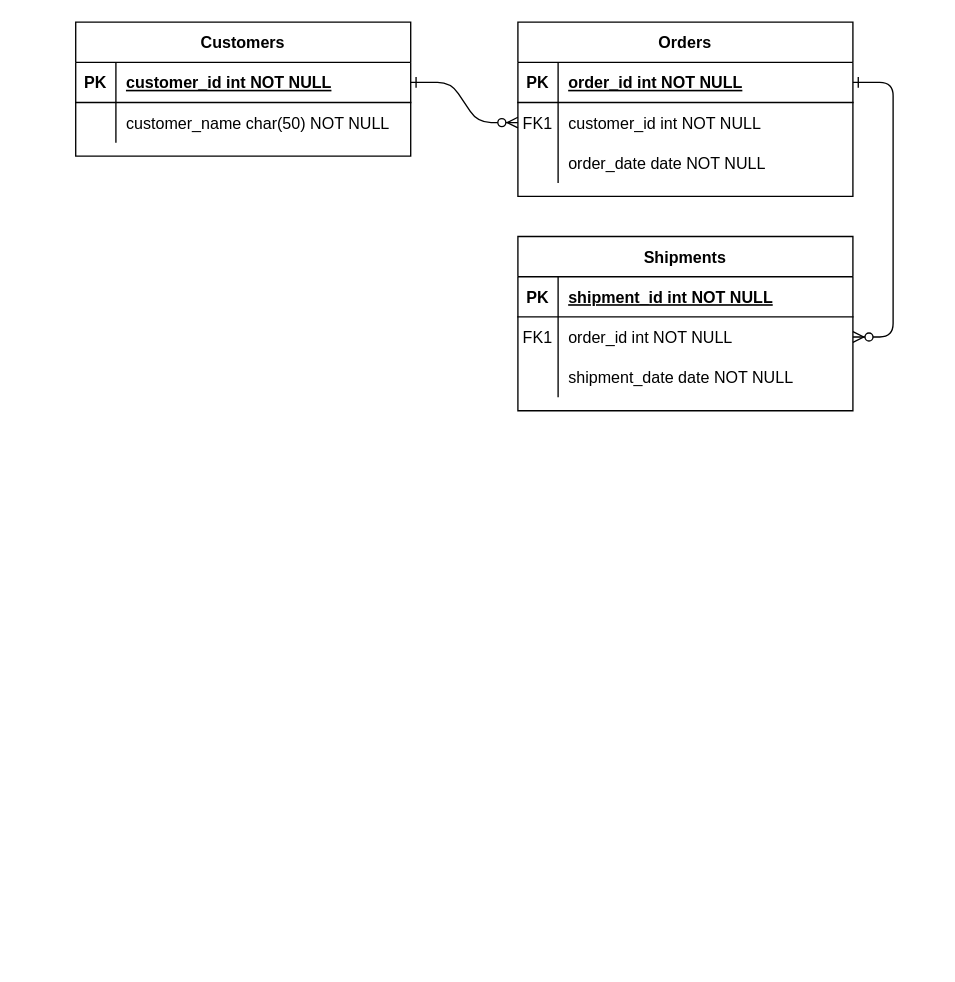
Before: Untitled Diagram.drawio in masonlai/Multimedia_FlashCards, a draw.io diagram. Source tidied: cells renumbered, new cells numbered last; positions are measured from the earlier drawing's top-left corner, leaving out a move shared by most shapes. Both pictures are drawn from the tidied source at 134%, with x=0, y=0 at pixel (75, 21).
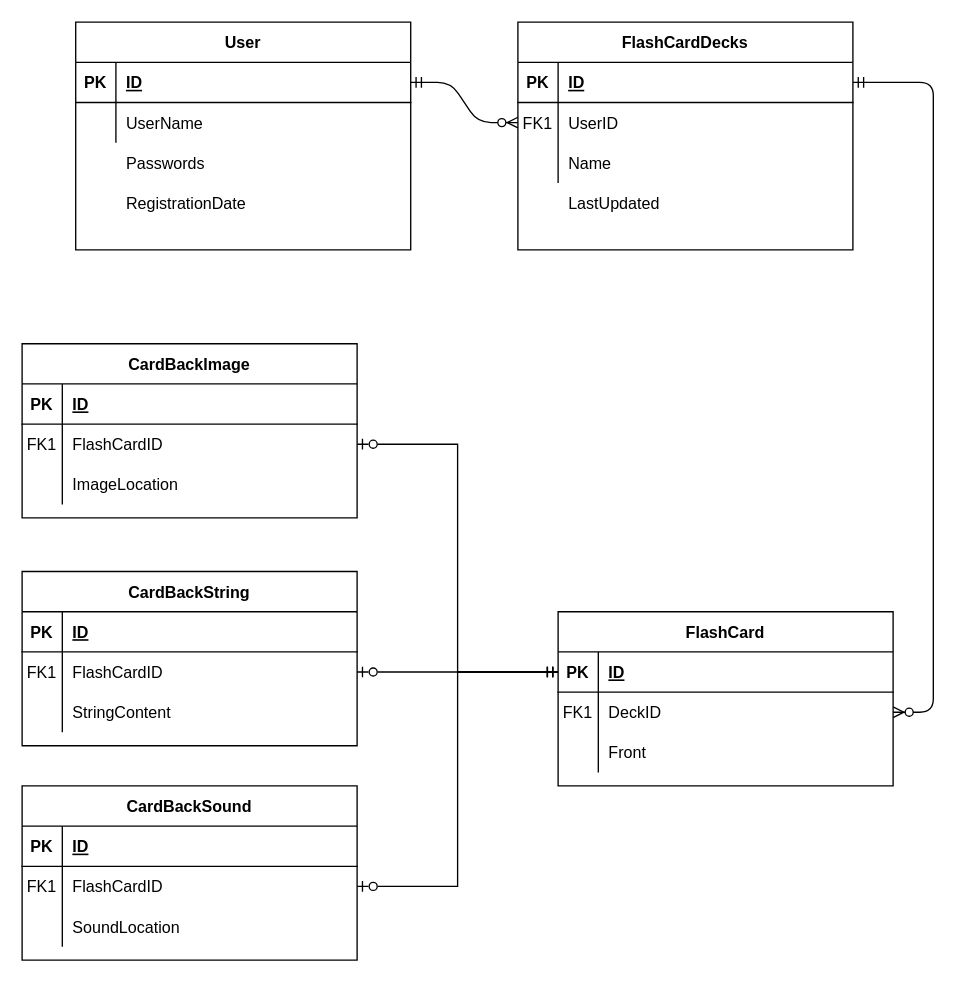
The same diagram, later.

The change refers to these unchanged cells:
```xml
<mxCell id="5" style="shape=partialRectangle;fillColor=none;points=[[0,0.5],[1,0.5]];portConstraint=eastwest;top=0;left=0;right=0;bottom=1;" parent="4" vertex="1">
  <mxGeometry y="30" width="250" height="30" as="geometry" />
</mxCell>
<mxCell id="8" style="shape=partialRectangle;fillColor=none;points=[[0,0.5],[1,0.5]];portConstraint=eastwest;top=0;left=0;right=0;bottom=0;" parent="4" vertex="1">
  <mxGeometry y="60" width="250" height="30" as="geometry" />
</mxCell>
<mxCell id="11" style="shape=partialRectangle;fillColor=none;top=0;left=0;right=0;bottom=0;" parent="4" vertex="1">
  <mxGeometry y="90" width="250" height="30" as="geometry" />
</mxCell>
<mxCell id="15" style="shape=partialRectangle;fillColor=none;points=[[0,0.5],[1,0.5]];portConstraint=eastwest;top=0;left=0;right=0;bottom=1;" parent="14" vertex="1">
  <mxGeometry y="30" width="250" height="30" as="geometry" />
</mxCell>
<mxCell id="18" style="shape=partialRectangle;fillColor=none;points=[[0,0.5],[1,0.5]];portConstraint=eastwest;top=0;left=0;right=0;bottom=0;" parent="14" vertex="1">
  <mxGeometry y="60" width="250" height="30" as="geometry" />
</mxCell>
<mxCell id="21" style="shape=partialRectangle;fillColor=none;top=0;left=0;right=0;bottom=0;" parent="14" vertex="1">
  <mxGeometry y="90" width="250" height="30" as="geometry" />
</mxCell>
<mxCell id="25" style="shape=partialRectangle;fillColor=none;points=[[0,0.5],[1,0.5]];portConstraint=eastwest;top=0;left=0;right=0;bottom=1;" parent="24" vertex="1">
  <mxGeometry y="30" width="250" height="30" as="geometry" />
</mxCell>
<mxCell id="28" style="shape=partialRectangle;fillColor=none;top=0;left=0;right=0;bottom=0;" parent="24" vertex="1">
  <mxGeometry y="60" width="250" height="30" as="geometry" />
</mxCell>
```

Change to the diagram source:
```diff
@@
-    <mxCell id="2" style="edgeStyle=entityRelationEdgeStyle;endArrow=ERzeroToMany;startArrow=ERone;endFill=1;startFill=0;" parent="1" edge="1" source="25" target="8">
+    <mxCell id="2" style="edgeStyle=entityRelationEdgeStyle;endArrow=ERzeroToMany;startArrow=ERmandOne;endFill=1;startFill=0;" parent="1" edge="1" source="25" target="8">
       <mxGeometry relative="1" as="geometry" />
     </mxCell>
-    <mxCell id="3" style="edgeStyle=entityRelationEdgeStyle;endArrow=ERzeroToMany;startArrow=ERone;endFill=1;startFill=0;" parent="1" edge="1" source="5" target="18">
+    <mxCell id="3" style="edgeStyle=entityRelationEdgeStyle;endArrow=ERzeroToMany;startArrow=ERmandOne;endFill=1;startFill=0;" parent="1" edge="1" source="5" target="18">
       <mxGeometry relative="1" as="geometry" />
     </mxCell>
-    <mxCell id="4" value="Orders" style="shape=table;startSize=30;childLayout=tableLayout;rowLines=0;fontStyle=1;align=center;" parent="1" vertex="1">
-      <mxGeometry x="330" width="250" height="130" as="geometry" />
+    <mxCell id="4" value="FlashCardDecks" style="shape=table;startSize=30;childLayout=tableLayout;rowLines=0;fontStyle=1;align=center;" parent="1" vertex="1">
+      <mxGeometry x="330" width="250" height="170" as="geometry" />
     </mxCell>
@@
-    <mxCell id="7" value="order_id int NOT NULL " style="shape=partialRectangle;overflow=hidden;fillColor=none;top=0;left=0;bottom=0;right=0;align=left;spacingLeft=6;fontStyle=5;" parent="5" vertex="1">
+    <mxCell id="7" value="ID" style="shape=partialRectangle;overflow=hidden;fillColor=none;top=0;left=0;bottom=0;right=0;align=left;spacingLeft=6;fontStyle=5;" parent="5" vertex="1">
       <mxGeometry x="30" width="220" height="30" as="geometry" />
     </mxCell>
@@
-    <mxCell id="10" value="customer_id int NOT NULL" style="shape=partialRectangle;overflow=hidden;fillColor=none;top=0;left=0;bottom=0;right=0;align=left;spacingLeft=6;" parent="8" vertex="1">
+    <mxCell id="10" value="UserID" style="shape=partialRectangle;overflow=hidden;fillColor=none;top=0;left=0;bottom=0;right=0;align=left;spacingLeft=6;" parent="8" vertex="1">
       <mxGeometry x="30" width="220" height="30" as="geometry" />
     </mxCell>
@@
-    <mxCell id="13" value="order_date date NOT NULL" style="shape=partialRectangle;overflow=hidden;fillColor=none;top=0;left=0;bottom=0;right=0;align=left;spacingLeft=6;" parent="11" vertex="1">
+    <mxCell id="13" value="Name" style="shape=partialRectangle;overflow=hidden;fillColor=none;top=0;left=0;bottom=0;right=0;align=left;spacingLeft=6;" parent="11" vertex="1">
       <mxGeometry x="30" width="220" height="30" as="geometry" />
     </mxCell>
-    <mxCell id="14" value="Shipments" style="shape=table;startSize=30;childLayout=tableLayout;rowLines=0;fontStyle=1;align=center;" parent="1" vertex="1">
-      <mxGeometry x="330" y="160" width="250" height="130" as="geometry" />
+    <mxCell id="14" value="FlashCard" style="shape=table;startSize=30;childLayout=tableLayout;rowLines=0;fontStyle=1;align=center;" parent="1" vertex="1">
+      <mxGeometry x="360" y="440" width="250" height="130" as="geometry" />
     </mxCell>
@@
-    <mxCell id="17" value="shipment_id int NOT NULL " style="shape=partialRectangle;overflow=hidden;fillColor=none;top=0;left=0;bottom=0;right=0;align=left;spacingLeft=6;fontStyle=5;" parent="15" vertex="1">
+    <mxCell id="17" value="ID" style="shape=partialRectangle;overflow=hidden;fillColor=none;top=0;left=0;bottom=0;right=0;align=left;spacingLeft=6;fontStyle=5;" parent="15" vertex="1">
       <mxGeometry x="30" width="220" height="30" as="geometry" />
     </mxCell>
@@
-    <mxCell id="20" value="order_id int NOT NULL" style="shape=partialRectangle;overflow=hidden;fillColor=none;top=0;left=0;bottom=0;right=0;align=left;spacingLeft=6;" parent="18" vertex="1">
+    <mxCell id="20" value="DeckID" style="shape=partialRectangle;overflow=hidden;fillColor=none;top=0;left=0;bottom=0;right=0;align=left;spacingLeft=6;" parent="18" vertex="1">
       <mxGeometry x="30" width="220" height="30" as="geometry" />
     </mxCell>
@@
-    <mxCell id="23" value="shipment_date date NOT NULL" style="shape=partialRectangle;overflow=hidden;fillColor=none;top=0;left=0;bottom=0;right=0;align=left;spacingLeft=6;" parent="21" vertex="1">
+    <mxCell id="23" value="Front" style="shape=partialRectangle;overflow=hidden;fillColor=none;top=0;left=0;bottom=0;right=0;align=left;spacingLeft=6;" parent="21" vertex="1">
       <mxGeometry x="30" width="220" height="30" as="geometry" />
     </mxCell>
-    <mxCell id="24" value="Customers" style="shape=table;startSize=30;childLayout=tableLayout;rowLines=0;fontStyle=1;align=center;" parent="1" vertex="1">
-      <mxGeometry width="250" height="100" as="geometry" />
+    <mxCell id="24" value="User" style="shape=table;startSize=30;childLayout=tableLayout;rowLines=0;fontStyle=1;align=center;" parent="1" vertex="1">
+      <mxGeometry width="250" height="170" as="geometry" />
     </mxCell>
@@
-    <mxCell id="27" value="customer_id int NOT NULL " style="shape=partialRectangle;overflow=hidden;fillColor=none;top=0;left=0;bottom=0;right=0;align=left;spacingLeft=6;fontStyle=5;" parent="25" vertex="1">
+    <mxCell id="27" value="ID" style="shape=partialRectangle;overflow=hidden;fillColor=none;top=0;left=0;bottom=0;right=0;align=left;spacingLeft=6;fontStyle=5;" parent="25" vertex="1">
       <mxGeometry x="30" width="220" height="30" as="geometry" />
     </mxCell>
@@
-    <mxCell id="30" value="customer_name char(50) NOT NULL" style="shape=partialRectangle;overflow=hidden;fillColor=none;top=0;left=0;bottom=0;right=0;align=left;spacingLeft=6;" parent="28" vertex="1">
+    <mxCell id="30" value="UserName" style="shape=partialRectangle;overflow=hidden;fillColor=none;top=0;left=0;bottom=0;right=0;align=left;spacingLeft=6;" parent="28" vertex="1">
       <mxGeometry x="30" width="220" height="30" as="geometry" />
     </mxCell>
+    <mxCell id="31" value="Passwords" style="shape=partialRectangle;overflow=hidden;fillColor=none;top=0;left=0;bottom=0;right=0;align=left;spacingLeft=6;" parent="1" vertex="1">
+      <mxGeometry x="30" y="90" width="220" height="30" as="geometry" />
+    </mxCell>
+    <mxCell id="32" value="RegistrationDate " style="shape=partialRectangle;overflow=hidden;fillColor=none;top=0;left=0;bottom=0;right=0;align=left;spacingLeft=6;" parent="1" vertex="1">
+      <mxGeometry x="30" y="120" width="220" height="30" as="geometry" />
+    </mxCell>
+    <mxCell id="33" value="LastUpdated" style="shape=partialRectangle;overflow=hidden;fillColor=none;top=0;left=0;bottom=0;right=0;align=left;spacingLeft=6;" parent="1" vertex="1">
+      <mxGeometry x="360" y="120" width="220" height="30" as="geometry" />
+    </mxCell>
+    <mxCell id="34" value="CardBackImage" style="shape=table;startSize=30;childLayout=tableLayout;rowLines=0;fontStyle=1;align=center;" parent="1" vertex="1">
+      <mxGeometry x="-40" y="240" width="250" height="130" as="geometry" />
+    </mxCell>
+    <mxCell id="35" style="shape=partialRectangle;fillColor=none;top=0;left=0;right=0;bottom=1;" parent="34" vertex="1">
+      <mxGeometry y="30" width="250" height="30" as="geometry" />
+    </mxCell>
+    <mxCell id="36" value="PK" style="shape=partialRectangle;overflow=hidden;fillColor=none;top=0;left=0;bottom=0;right=0;fontStyle=1;" parent="35" vertex="1">
+      <mxGeometry width="30" height="30" as="geometry" />
+    </mxCell>
+    <mxCell id="37" value="ID" style="shape=partialRectangle;overflow=hidden;fillColor=none;top=0;left=0;bottom=0;right=0;align=left;spacingLeft=6;fontStyle=5;" parent="35" vertex="1">
+      <mxGeometry x="30" width="220" height="30" as="geometry" />
+    </mxCell>
+    <mxCell id="38" style="shape=partialRectangle;fillColor=none;points=[[0,0.5],[1,0.5]];portConstraint=eastwest;top=0;left=0;right=0;bottom=0;" parent="34" vertex="1">
+      <mxGeometry y="60" width="250" height="30" as="geometry" />
+    </mxCell>
+    <mxCell id="39" value="FK1" style="shape=partialRectangle;overflow=hidden;fillColor=none;top=0;left=0;bottom=0;right=0;" parent="38" vertex="1">
+      <mxGeometry width="30" height="30" as="geometry" />
+    </mxCell>
+    <mxCell id="40" value="FlashCardID" style="shape=partialRectangle;overflow=hidden;fillColor=none;top=0;left=0;bottom=0;right=0;align=left;spacingLeft=6;" parent="38" vertex="1">
+      <mxGeometry x="30" width="220" height="30" as="geometry" />
+    </mxCell>
+    <mxCell id="41" style="shape=partialRectangle;fillColor=none;top=0;left=0;right=0;bottom=0;" parent="34" vertex="1">
+      <mxGeometry y="90" width="250" height="30" as="geometry" />
+    </mxCell>
+    <mxCell id="42" style="shape=partialRectangle;overflow=hidden;fillColor=none;top=0;left=0;bottom=0;right=0;" parent="41" vertex="1">
+      <mxGeometry width="30" height="30" as="geometry" />
+    </mxCell>
+    <mxCell id="43" value="ImageLocation" style="shape=partialRectangle;overflow=hidden;fillColor=none;top=0;left=0;bottom=0;right=0;align=left;spacingLeft=6;" parent="41" vertex="1">
+      <mxGeometry x="30" width="220" height="30" as="geometry" />
+    </mxCell>
+    <mxCell id="44" value="CardBackString" style="shape=table;startSize=30;childLayout=tableLayout;rowLines=0;fontStyle=1;align=center;" parent="1" vertex="1">
+      <mxGeometry x="-40" y="410" width="250" height="130" as="geometry" />
+    </mxCell>
+    <mxCell id="45" style="shape=partialRectangle;fillColor=none;top=0;left=0;right=0;bottom=1;" parent="44" vertex="1">
+      <mxGeometry y="30" width="250" height="30" as="geometry" />
+    </mxCell>
+    <mxCell id="46" value="PK" style="shape=partialRectangle;overflow=hidden;fillColor=none;top=0;left=0;bottom=0;right=0;fontStyle=1;" parent="45" vertex="1">
+      <mxGeometry width="30" height="30" as="geometry" />
+    </mxCell>
+    <mxCell id="47" value="ID" style="shape=partialRectangle;overflow=hidden;fillColor=none;top=0;left=0;bottom=0;right=0;align=left;spacingLeft=6;fontStyle=5;" parent="45" vertex="1">
+      <mxGeometry x="30" width="220" height="30" as="geometry" />
+    </mxCell>
+    <mxCell id="48" style="shape=partialRectangle;fillColor=none;points=[[0,0.5],[1,0.5]];portConstraint=eastwest;top=0;left=0;right=0;bottom=0;" parent="44" vertex="1">
+      <mxGeometry y="60" width="250" height="30" as="geometry" />
+    </mxCell>
+    <mxCell id="49" value="FK1" style="shape=partialRectangle;overflow=hidden;fillColor=none;top=0;left=0;bottom=0;right=0;" parent="48" vertex="1">
+      <mxGeometry width="30" height="30" as="geometry" />
+    </mxCell>
+    <mxCell id="50" value="FlashCardID" style="shape=partialRectangle;overflow=hidden;fillColor=none;top=0;left=0;bottom=0;right=0;align=left;spacingLeft=6;" parent="48" vertex="1">
+      <mxGeometry x="30" width="220" height="30" as="geometry" />
+    </mxCell>
+    <mxCell id="51" style="shape=partialRectangle;fillColor=none;top=0;left=0;right=0;bottom=0;" parent="44" vertex="1">
+      <mxGeometry y="90" width="250" height="30" as="geometry" />
+    </mxCell>
+    <mxCell id="52" style="shape=partialRectangle;overflow=hidden;fillColor=none;top=0;left=0;bottom=0;right=0;" parent="51" vertex="1">
+      <mxGeometry width="30" height="30" as="geometry" />
+    </mxCell>
+    <mxCell id="53" value="StringContent" style="shape=partialRectangle;overflow=hidden;fillColor=none;top=0;left=0;bottom=0;right=0;align=left;spacingLeft=6;" parent="51" vertex="1">
+      <mxGeometry x="30" width="220" height="30" as="geometry" />
+    </mxCell>
+    <mxCell id="54" value="CardBackSound" style="shape=table;startSize=30;childLayout=tableLayout;rowLines=0;fontStyle=1;align=center;" parent="1" vertex="1">
+      <mxGeometry x="-40" y="570" width="250" height="130" as="geometry" />
+    </mxCell>
+    <mxCell id="55" style="shape=partialRectangle;fillColor=none;top=0;left=0;right=0;bottom=1;" parent="54" vertex="1">
+      <mxGeometry y="30" width="250" height="30" as="geometry" />
+    </mxCell>
+    <mxCell id="56" value="PK" style="shape=partialRectangle;overflow=hidden;fillColor=none;top=0;left=0;bottom=0;right=0;fontStyle=1;" parent="55" vertex="1">
+      <mxGeometry width="30" height="30" as="geometry" />
+    </mxCell>
+    <mxCell id="57" value="ID" style="shape=partialRectangle;overflow=hidden;fillColor=none;top=0;left=0;bottom=0;right=0;align=left;spacingLeft=6;fontStyle=5;" parent="55" vertex="1">
+      <mxGeometry x="30" width="220" height="30" as="geometry" />
+    </mxCell>
+    <mxCell id="58" style="shape=partialRectangle;fillColor=none;points=[[0,0.5],[1,0.5]];portConstraint=eastwest;top=0;left=0;right=0;bottom=0;" parent="54" vertex="1">
+      <mxGeometry y="60" width="250" height="30" as="geometry" />
+    </mxCell>
+    <mxCell id="59" value="FK1" style="shape=partialRectangle;overflow=hidden;fillColor=none;top=0;left=0;bottom=0;right=0;" parent="58" vertex="1">
+      <mxGeometry width="30" height="30" as="geometry" />
+    </mxCell>
+    <mxCell id="60" value="FlashCardID" style="shape=partialRectangle;overflow=hidden;fillColor=none;top=0;left=0;bottom=0;right=0;align=left;spacingLeft=6;" parent="58" vertex="1">
+      <mxGeometry x="30" width="220" height="30" as="geometry" />
+    </mxCell>
+    <mxCell id="61" style="shape=partialRectangle;fillColor=none;top=0;left=0;right=0;bottom=0;" parent="54" vertex="1">
+      <mxGeometry y="90" width="250" height="30" as="geometry" />
+    </mxCell>
+    <mxCell id="62" style="shape=partialRectangle;overflow=hidden;fillColor=none;top=0;left=0;bottom=0;right=0;" parent="61" vertex="1">
+      <mxGeometry width="30" height="30" as="geometry" />
+    </mxCell>
+    <mxCell id="63" value="SoundLocation" style="shape=partialRectangle;overflow=hidden;fillColor=none;top=0;left=0;bottom=0;right=0;align=left;spacingLeft=6;" parent="61" vertex="1">
+      <mxGeometry x="30" width="220" height="30" as="geometry" />
+    </mxCell>
+    <mxCell id="64" style="edgeStyle=orthogonalEdgeStyle;rounded=0;jettySize=auto;html=1;exitX=0;exitY=0.5;exitDx=0;exitDy=0;entryX=1;entryY=0.5;entryDx=0;entryDy=0;startArrow=ERmandOne;startFill=0;endArrow=ERzeroToOne;endFill=0;" parent="1" edge="1" source="15" target="38">
+      <mxGeometry relative="1" as="geometry" />
+    </mxCell>
+    <mxCell id="65" style="edgeStyle=orthogonalEdgeStyle;rounded=0;jettySize=auto;html=1;exitX=0;exitY=0.5;exitDx=0;exitDy=0;entryX=1;entryY=0.5;entryDx=0;entryDy=0;startArrow=ERmandOne;startFill=0;endArrow=ERzeroToOne;endFill=0;" parent="1" edge="1" source="15" target="48">
+      <mxGeometry relative="1" as="geometry" />
+    </mxCell>
+    <mxCell id="66" style="edgeStyle=orthogonalEdgeStyle;rounded=0;jettySize=auto;html=1;exitX=0;exitY=0.5;exitDx=0;exitDy=0;startArrow=ERmandOne;startFill=0;endArrow=ERzeroToOne;endFill=0;" parent="1" edge="1" source="15" target="58">
+      <mxGeometry relative="1" as="geometry" />
+    </mxCell>
```
